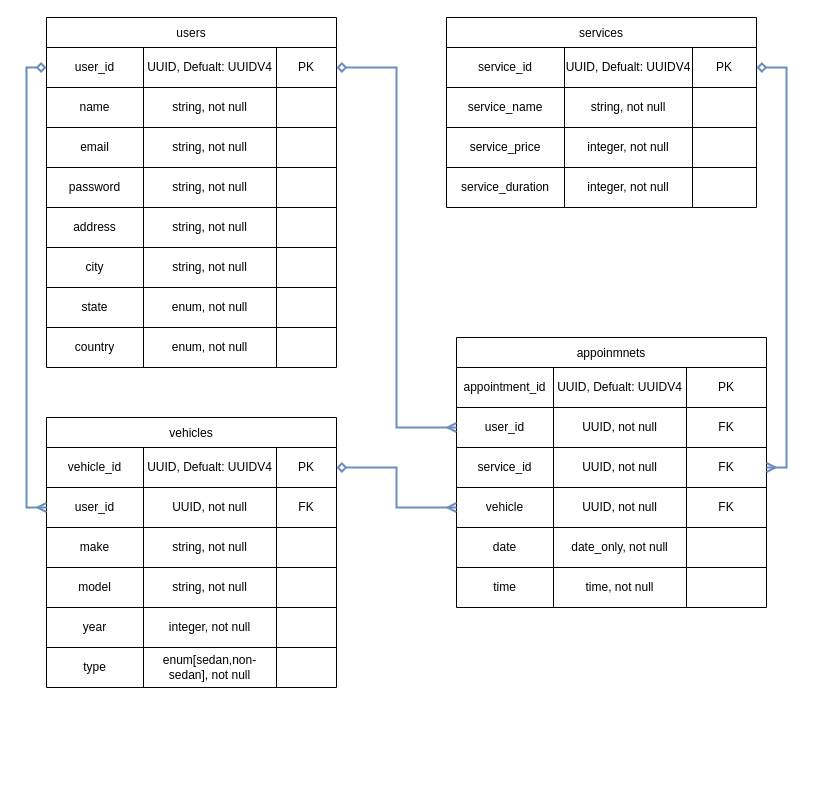
Earlier version of the draw.io diagram db_realtionships.drawio (MgARL/washup_carwash). Source tidied: cells renumbered, new cells numbered last; positions are measured from the earlier drawing's top-left corner, leaving out a move shared by most shapes. Both pictures are drawn from the tidied source at 100%, with x=0, y=0 at pixel (46, 17).
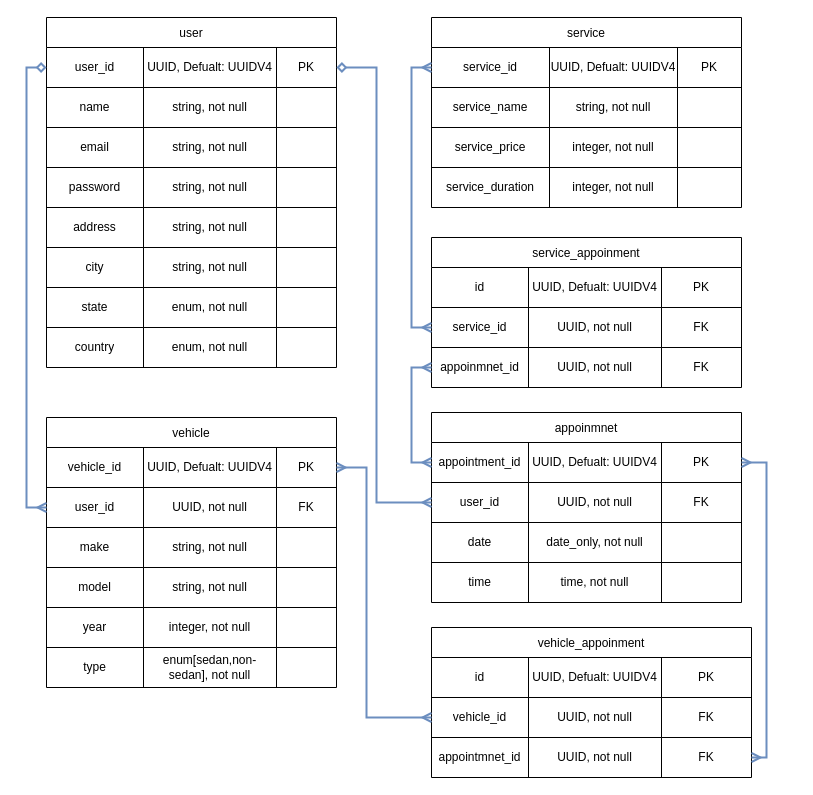
Above is the later version.

The change refers to these unchanged cells:
```xml
<mxCell id="3" style="shape=tableRow;horizontal=0;startSize=0;swimlaneHead=0;swimlaneBody=0;top=0;left=0;bottom=0;right=0;fillColor=none;points=[[0,0.5],[1,0.5]];portConstraint=eastwest;" parent="2" vertex="1">
  <mxGeometry y="30" width="290" height="40" as="geometry" />
</mxCell>
<mxCell id="36" style="shape=tableRow;horizontal=0;startSize=0;swimlaneHead=0;swimlaneBody=0;top=0;left=0;bottom=0;right=0;fillColor=none;points=[[0,0.5],[1,0.5]];portConstraint=eastwest;" parent="35" vertex="1">
  <mxGeometry y="30" width="310" height="40" as="geometry" />
</mxCell>
<mxCell id="53" style="shape=tableRow;horizontal=0;startSize=0;swimlaneHead=0;swimlaneBody=0;top=0;left=0;bottom=0;right=0;fillColor=none;points=[[0,0.5],[1,0.5]];portConstraint=eastwest;" parent="52" vertex="1">
  <mxGeometry y="30" width="290" height="40" as="geometry" />
</mxCell>
<mxCell id="78" style="shape=tableRow;horizontal=0;startSize=0;swimlaneHead=0;swimlaneBody=0;top=0;left=0;bottom=0;right=0;fillColor=none;points=[[0,0.5],[1,0.5]];portConstraint=eastwest;" parent="77" vertex="1">
  <mxGeometry y="30" width="310" height="40" as="geometry" />
</mxCell>
<mxCell id="82" style="shape=tableRow;horizontal=0;startSize=0;swimlaneHead=0;swimlaneBody=0;top=0;left=0;bottom=0;right=0;fillColor=none;points=[[0,0.5],[1,0.5]];portConstraint=eastwest;" parent="77" vertex="1">
  <mxGeometry y="70" width="310" height="40" as="geometry" />
</mxCell>
```

What changed in the source:
```diff
@@
-    <mxCell id="2" value="users" style="shape=table;startSize=30;childLayout=tableLayout;" parent="1" vertex="1">
+    <mxCell id="2" value="user" style="shape=table;startSize=30;childLayout=tableLayout;" parent="1" vertex="1">
       <mxGeometry width="290" height="350" as="geometry" />
     </mxCell>
@@
-    <mxCell id="35" value="services" style="shape=table;startSize=30;childLayout=tableLayout;" parent="1" vertex="1">
-      <mxGeometry x="400" width="310" height="190" as="geometry" />
+    <mxCell id="35" value="service" style="shape=table;startSize=30;childLayout=tableLayout;" parent="1" vertex="1">
+      <mxGeometry x="385" width="310" height="190" as="geometry" />
     </mxCell>
@@
-    <mxCell id="52" value="vehicles" style="shape=table;startSize=30;childLayout=tableLayout;" parent="1" vertex="1">
+    <mxCell id="52" value="vehicle" style="shape=table;startSize=30;childLayout=tableLayout;" parent="1" vertex="1">
       <mxGeometry y="400" width="290" height="270" as="geometry" />
     </mxCell>
@@
-    <mxCell id="77" value="appoinmnets" style="shape=table;startSize=30;childLayout=tableLayout;" parent="1" vertex="1">
-      <mxGeometry x="410" y="320" width="310" height="270" as="geometry" />
+    <mxCell id="77" value="appoinmnet" style="shape=table;startSize=30;childLayout=tableLayout;" parent="1" vertex="1">
+      <mxGeometry x="385" y="395" width="310" height="190" as="geometry" />
     </mxCell>
@@
-    <mxCell id="86" style="shape=tableRow;horizontal=0;startSize=0;swimlaneHead=0;swimlaneBody=0;top=0;left=0;bottom=0;right=0;fillColor=none;points=[[0,0.5],[1,0.5]];portConstraint=eastwest;" parent="77" vertex="1">
-      <mxGeometry y="110" width="310" height="40" as="geometry" />
-    </mxCell>
-    <mxCell id="87" value="service_id" style="shape=partialRectangle;html=1;whiteSpace=wrap;overflow=hidden;fillColor=none;top=0;left=0;bottom=0;right=0;" parent="86" vertex="1">
-      <mxGeometry width="97" height="40" as="geometry" />
-    </mxCell>
-    <mxCell id="88" value="UUID, not null" style="shape=partialRectangle;html=1;whiteSpace=wrap;overflow=hidden;fillColor=none;top=0;left=0;bottom=0;right=0;" parent="86" vertex="1">
-      <mxGeometry x="97" width="133" height="40" as="geometry" />
-    </mxCell>
-    <mxCell id="89" value="FK" style="shape=partialRectangle;html=1;whiteSpace=wrap;overflow=hidden;fillColor=none;top=0;left=0;bottom=0;right=0;" parent="86" vertex="1">
-      <mxGeometry x="230" width="80" height="40" as="geometry" />
-    </mxCell>
-    <mxCell id="90" style="shape=tableRow;horizontal=0;startSize=0;swimlaneHead=0;swimlaneBody=0;top=0;left=0;bottom=0;right=0;fillColor=none;points=[[0,0.5],[1,0.5]];portConstraint=eastwest;" parent="77" vertex="1">
-      <mxGeometry y="150" width="310" height="40" as="geometry" />
-    </mxCell>
-    <mxCell id="91" value="vehicle" style="shape=partialRectangle;html=1;whiteSpace=wrap;overflow=hidden;fillColor=none;top=0;left=0;bottom=0;right=0;" parent="90" vertex="1">
-      <mxGeometry width="97" height="40" as="geometry" />
-    </mxCell>
-    <mxCell id="92" value="UUID, not null" style="shape=partialRectangle;html=1;whiteSpace=wrap;overflow=hidden;fillColor=none;top=0;left=0;bottom=0;right=0;" parent="90" vertex="1">
-      <mxGeometry x="97" width="133" height="40" as="geometry" />
-    </mxCell>
-    <mxCell id="93" value="FK" style="shape=partialRectangle;html=1;whiteSpace=wrap;overflow=hidden;fillColor=none;top=0;left=0;bottom=0;right=0;" parent="90" vertex="1">
-      <mxGeometry x="230" width="80" height="40" as="geometry" />
-    </mxCell>
     <mxCell id="94" style="shape=tableRow;horizontal=0;startSize=0;swimlaneHead=0;swimlaneBody=0;top=0;left=0;bottom=0;right=0;fillColor=none;" parent="77" vertex="1">
-      <mxGeometry y="190" width="310" height="40" as="geometry" />
+      <mxGeometry y="110" width="310" height="40" as="geometry" />
     </mxCell>
@@
     <mxCell id="98" style="shape=tableRow;horizontal=0;startSize=0;swimlaneHead=0;swimlaneBody=0;top=0;left=0;bottom=0;right=0;fillColor=none;" parent="77" vertex="1">
-      <mxGeometry y="230" width="310" height="40" as="geometry" />
+      <mxGeometry y="150" width="310" height="40" as="geometry" />
     </mxCell>
@@
-    <mxCell id="103" style="edgeStyle=orthogonalEdgeStyle;rounded=0;jettySize=auto;html=1;entryX=1;entryY=0.5;entryDx=0;entryDy=0;startArrow=diamond;startFill=0;endArrow=ERmany;endFill=0;strokeWidth=2;fillColor=#dae8fc;strokeColor=#6c8ebf;" parent="1" edge="1" source="36" target="86">
-      <mxGeometry relative="1" as="geometry" />
-    </mxCell>
-    <mxCell id="104" style="edgeStyle=orthogonalEdgeStyle;rounded=0;jettySize=auto;html=1;entryX=0;entryY=0.5;entryDx=0;entryDy=0;startArrow=diamond;startFill=0;endArrow=ERmany;endFill=0;strokeWidth=2;fillColor=#dae8fc;strokeColor=#6c8ebf;" parent="1" edge="1" source="53" target="90">
-      <mxGeometry relative="1" as="geometry" />
-    </mxCell>
     <mxCell id="105" style="edgeStyle=orthogonalEdgeStyle;rounded=0;jettySize=auto;html=1;entryX=0;entryY=0.5;entryDx=0;entryDy=0;startArrow=diamond;startFill=0;endArrow=ERmany;endFill=0;strokeWidth=2;fillColor=#dae8fc;strokeColor=#6c8ebf;" parent="1" edge="1" source="3" target="82">
-      <mxGeometry relative="1" as="geometry" />
+      <mxGeometry relative="1" as="geometry">
+        <Array as="points">
+          <mxPoint x="330" y="50" />
+          <mxPoint x="330" y="485" />
+        </Array>
+      </mxGeometry>
     </mxCell>
+    <mxCell id="106" value="service_appoinment" style="shape=table;startSize=30;childLayout=tableLayout;" parent="1" vertex="1">
+      <mxGeometry x="385" y="220" width="310" height="150" as="geometry" />
+    </mxCell>
+    <mxCell id="107" style="shape=tableRow;horizontal=0;startSize=0;swimlaneHead=0;swimlaneBody=0;top=0;left=0;bottom=0;right=0;fillColor=none;" parent="106" vertex="1">
+      <mxGeometry y="30" width="310" height="40" as="geometry" />
+    </mxCell>
+    <mxCell id="108" value="id" style="shape=partialRectangle;html=1;whiteSpace=wrap;overflow=hidden;fillColor=none;top=0;left=0;bottom=0;right=0;" parent="107" vertex="1">
+      <mxGeometry width="97" height="40" as="geometry" />
+    </mxCell>
+    <mxCell id="109" value="UUID, Defualt: UUIDV4" style="shape=partialRectangle;html=1;whiteSpace=wrap;overflow=hidden;fillColor=none;top=0;left=0;bottom=0;right=0;" parent="107" vertex="1">
+      <mxGeometry x="97" width="133" height="40" as="geometry" />
+    </mxCell>
+    <mxCell id="110" value="PK" style="shape=partialRectangle;html=1;whiteSpace=wrap;overflow=hidden;fillColor=none;top=0;left=0;bottom=0;right=0;" parent="107" vertex="1">
+      <mxGeometry x="230" width="80" height="40" as="geometry" />
+    </mxCell>
+    <mxCell id="111" style="shape=tableRow;horizontal=0;startSize=0;swimlaneHead=0;swimlaneBody=0;top=0;left=0;bottom=0;right=0;fillColor=none;points=[[0,0.5],[1,0.5]];portConstraint=eastwest;" parent="106" vertex="1">
+      <mxGeometry y="70" width="310" height="40" as="geometry" />
+    </mxCell>
+    <mxCell id="87" value="service_id" style="shape=partialRectangle;html=1;whiteSpace=wrap;overflow=hidden;fillColor=none;top=0;left=0;bottom=0;right=0;" parent="111" vertex="1">
+      <mxGeometry width="97" height="40" as="geometry" />
+    </mxCell>
+    <mxCell id="112" value="UUID, not null" style="shape=partialRectangle;html=1;whiteSpace=wrap;overflow=hidden;fillColor=none;top=0;left=0;bottom=0;right=0;" parent="111" vertex="1">
+      <mxGeometry x="97" width="133" height="40" as="geometry" />
+    </mxCell>
+    <mxCell id="113" value="FK" style="shape=partialRectangle;html=1;whiteSpace=wrap;overflow=hidden;fillColor=none;top=0;left=0;bottom=0;right=0;" parent="111" vertex="1">
+      <mxGeometry x="230" width="80" height="40" as="geometry" />
+    </mxCell>
+    <mxCell id="86" style="shape=tableRow;horizontal=0;startSize=0;swimlaneHead=0;swimlaneBody=0;top=0;left=0;bottom=0;right=0;fillColor=none;points=[[0,0.5],[1,0.5]];portConstraint=eastwest;" parent="106" vertex="1">
+      <mxGeometry y="110" width="310" height="40" as="geometry" />
+    </mxCell>
+    <mxCell id="114" value="appoinmnet_id" style="shape=partialRectangle;html=1;whiteSpace=wrap;overflow=hidden;fillColor=none;top=0;left=0;bottom=0;right=0;" parent="86" vertex="1">
+      <mxGeometry width="97" height="40" as="geometry" />
+    </mxCell>
+    <mxCell id="115" value="UUID, not null" style="shape=partialRectangle;html=1;whiteSpace=wrap;overflow=hidden;fillColor=none;top=0;left=0;bottom=0;right=0;" parent="86" vertex="1">
+      <mxGeometry x="97" width="133" height="40" as="geometry" />
+    </mxCell>
+    <mxCell id="116" value="FK" style="shape=partialRectangle;html=1;whiteSpace=wrap;overflow=hidden;fillColor=none;top=0;left=0;bottom=0;right=0;" parent="86" vertex="1">
+      <mxGeometry x="230" width="80" height="40" as="geometry" />
+    </mxCell>
+    <mxCell id="117" value="vehicle_appoinment" style="shape=table;startSize=30;childLayout=tableLayout;" parent="1" vertex="1">
+      <mxGeometry x="385" y="610" width="320" height="150" as="geometry" />
+    </mxCell>
+    <mxCell id="118" style="shape=tableRow;horizontal=0;startSize=0;swimlaneHead=0;swimlaneBody=0;top=0;left=0;bottom=0;right=0;fillColor=none;" parent="117" vertex="1">
+      <mxGeometry y="30" width="320" height="40" as="geometry" />
+    </mxCell>
+    <mxCell id="119" value="id" style="shape=partialRectangle;html=1;whiteSpace=wrap;overflow=hidden;fillColor=none;top=0;left=0;bottom=0;right=0;" parent="118" vertex="1">
+      <mxGeometry width="97" height="40" as="geometry" />
+    </mxCell>
+    <mxCell id="120" value="UUID, Defualt: UUIDV4" style="shape=partialRectangle;html=1;whiteSpace=wrap;overflow=hidden;fillColor=none;top=0;left=0;bottom=0;right=0;" parent="118" vertex="1">
+      <mxGeometry x="97" width="133" height="40" as="geometry" />
+    </mxCell>
+    <mxCell id="121" value="PK" style="shape=partialRectangle;html=1;whiteSpace=wrap;overflow=hidden;fillColor=none;top=0;left=0;bottom=0;right=0;" parent="118" vertex="1">
+      <mxGeometry x="230" width="90" height="40" as="geometry" />
+    </mxCell>
+    <mxCell id="122" style="shape=tableRow;horizontal=0;startSize=0;swimlaneHead=0;swimlaneBody=0;top=0;left=0;bottom=0;right=0;fillColor=none;points=[[0,0.5],[1,0.5]];portConstraint=eastwest;" parent="117" vertex="1">
+      <mxGeometry y="70" width="320" height="40" as="geometry" />
+    </mxCell>
+    <mxCell id="123" value="vehicle_id" style="shape=partialRectangle;html=1;whiteSpace=wrap;overflow=hidden;fillColor=none;top=0;left=0;bottom=0;right=0;" parent="122" vertex="1">
+      <mxGeometry width="97" height="40" as="geometry" />
+    </mxCell>
+    <mxCell id="124" value="UUID, not null" style="shape=partialRectangle;html=1;whiteSpace=wrap;overflow=hidden;fillColor=none;top=0;left=0;bottom=0;right=0;" parent="122" vertex="1">
+      <mxGeometry x="97" width="133" height="40" as="geometry" />
+    </mxCell>
+    <mxCell id="125" value="FK" style="shape=partialRectangle;html=1;whiteSpace=wrap;overflow=hidden;fillColor=none;top=0;left=0;bottom=0;right=0;" parent="122" vertex="1">
+      <mxGeometry x="230" width="90" height="40" as="geometry" />
+    </mxCell>
+    <mxCell id="126" style="shape=tableRow;horizontal=0;startSize=0;swimlaneHead=0;swimlaneBody=0;top=0;left=0;bottom=0;right=0;fillColor=none;points=[[0,0.5],[1,0.5]];portConstraint=eastwest;" parent="117" vertex="1">
+      <mxGeometry y="110" width="320" height="40" as="geometry" />
+    </mxCell>
+    <mxCell id="127" value="appointmnet_id" style="shape=partialRectangle;html=1;whiteSpace=wrap;overflow=hidden;fillColor=none;top=0;left=0;bottom=0;right=0;" parent="126" vertex="1">
+      <mxGeometry width="97" height="40" as="geometry" />
+    </mxCell>
+    <mxCell id="128" value="UUID, not null" style="shape=partialRectangle;html=1;whiteSpace=wrap;overflow=hidden;fillColor=none;top=0;left=0;bottom=0;right=0;" parent="126" vertex="1">
+      <mxGeometry x="97" width="133" height="40" as="geometry" />
+    </mxCell>
+    <mxCell id="129" value="FK" style="shape=partialRectangle;html=1;whiteSpace=wrap;overflow=hidden;fillColor=none;top=0;left=0;bottom=0;right=0;" parent="126" vertex="1">
+      <mxGeometry x="230" width="90" height="40" as="geometry" />
+    </mxCell>
+    <mxCell id="130" style="edgeStyle=orthogonalEdgeStyle;rounded=0;jettySize=auto;html=1;startArrow=ERmany;startFill=0;endArrow=ERmany;endFill=0;strokeWidth=2;fillColor=#dae8fc;strokeColor=#6c8ebf;entryX=0;entryY=0.5;entryDx=0;entryDy=0;" parent="1" edge="1" source="36" target="111">
+      <mxGeometry relative="1" as="geometry" />
+    </mxCell>
+    <mxCell id="131" style="edgeStyle=orthogonalEdgeStyle;rounded=0;jettySize=auto;html=1;entryX=0;entryY=0.5;entryDx=0;entryDy=0;startArrow=ERmany;startFill=0;endArrow=ERmany;endFill=0;strokeWidth=2;fillColor=#dae8fc;strokeColor=#6c8ebf;" parent="1" edge="1" source="78" target="86">
+      <mxGeometry relative="1" as="geometry" />
+    </mxCell>
+    <mxCell id="132" style="edgeStyle=orthogonalEdgeStyle;rounded=0;jettySize=auto;html=1;entryX=1;entryY=0.5;entryDx=0;entryDy=0;startArrow=ERmany;startFill=0;endArrow=ERmany;endFill=0;strokeWidth=2;fillColor=#dae8fc;strokeColor=#6c8ebf;" parent="1" edge="1" source="122" target="53">
+      <mxGeometry relative="1" as="geometry">
+        <Array as="points">
+          <mxPoint x="320" y="700" />
+          <mxPoint x="320" y="450" />
+        </Array>
+      </mxGeometry>
+    </mxCell>
+    <mxCell id="133" style="edgeStyle=orthogonalEdgeStyle;rounded=0;jettySize=auto;html=1;entryX=1;entryY=0.5;entryDx=0;entryDy=0;startArrow=ERmany;startFill=0;endArrow=ERmany;endFill=0;strokeWidth=2;fillColor=#dae8fc;strokeColor=#6c8ebf;" parent="1" edge="1" source="126" target="78">
+      <mxGeometry relative="1" as="geometry">
+        <Array as="points">
+          <mxPoint x="720" y="740" />
+          <mxPoint x="720" y="445" />
+        </Array>
+      </mxGeometry>
+    </mxCell>
```
